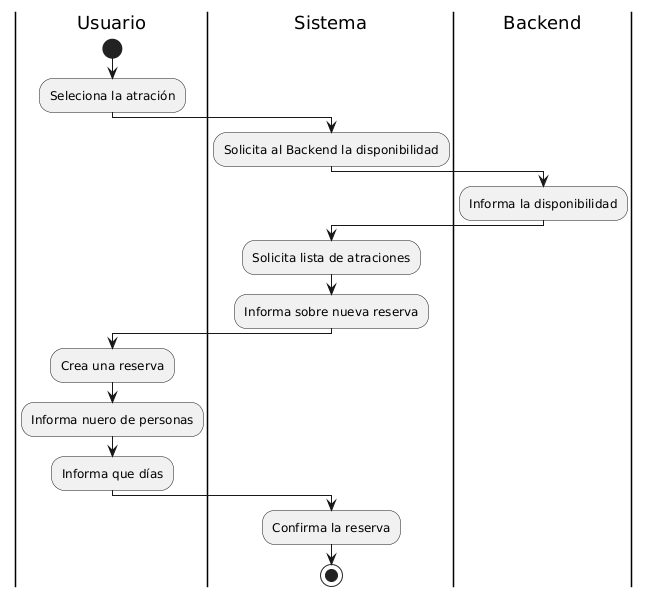
The PlantUML diagram docs/04-diagramas/01-diagrama-de-actividades/actividad-flujo-3-actividad-creacion-tarjetas.png in Thallys8/turismo-buenos-aires, before a commit. Its source is kept beside it as docs/04-diagramas/01-diagrama-de-actividades/actividad-flujo-3-actividad-creacion-tarjetas.puml. The source it was exported from:
```plantuml
@startuml actividad-creacion-tarjetas
|Usuario|
start
:Seleciona la atración;

|Sistema|
:Solicita al Backend la disponibilidad;

|Backend|
:Informa la disponibilidad;

|Sistema|
:Solicita lista de atraciones;

|Sistema|
:Informa sobre nueva reserva;

|Usuario|
:Crea una reserva;
:Informa nuero de personas;
:Informa que días;

|Sistema|
:Confirma la reserva;

stop
@enduml
```
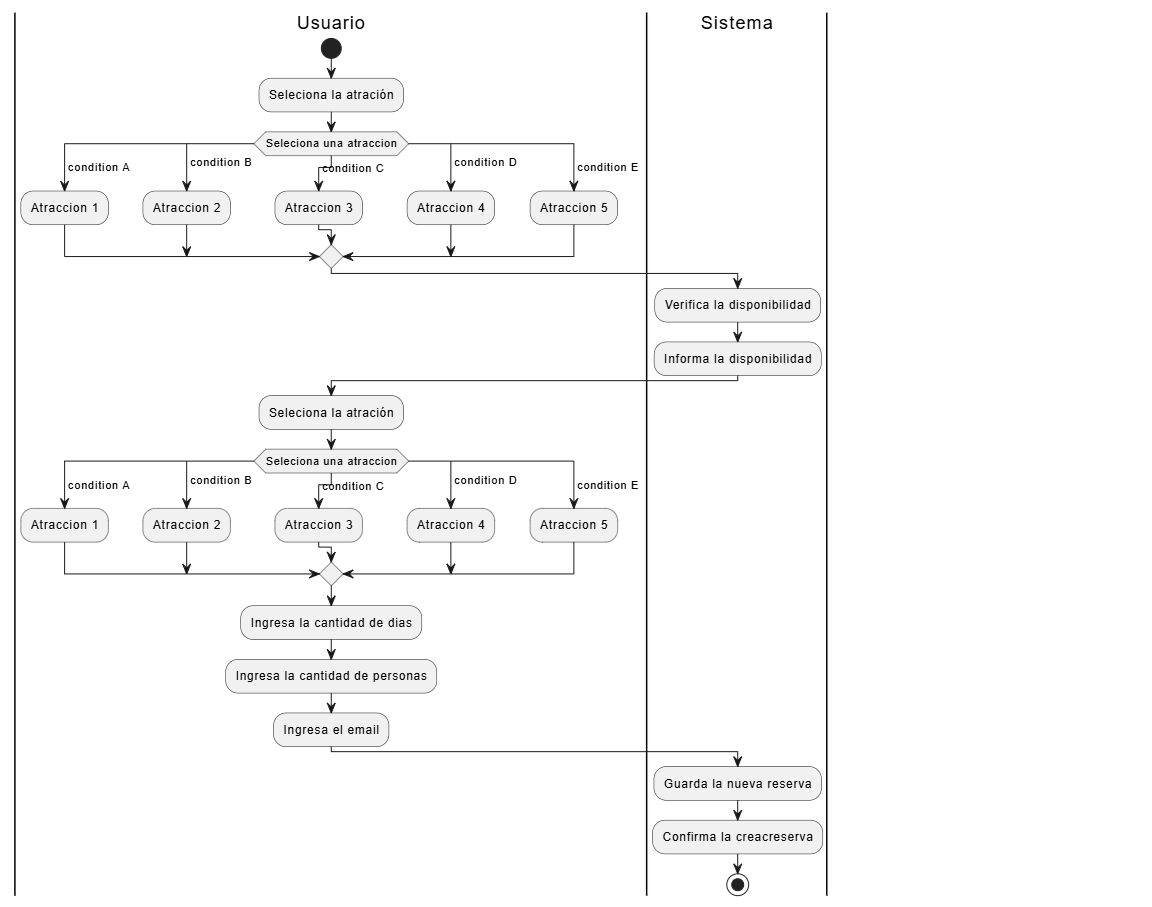
Later version of the same file.

The edit, as a diff of the source:
```diff
@@ -2,26 +2,47 @@
 |Usuario|
 start
 :Seleciona la atración;
+    switch (Seleciona una atraccion)
+        case ( condition A )
+        :Atraccion 1;
+        case ( condition B )
+        :Atraccion 2;
+        case ( condition C )
+        :Atraccion 3;
+        case ( condition D )
+        :Atraccion 4;
+        case ( condition E )
+        :Atraccion 5;
+    endswitch
 
 |Sistema|
-:Solicita al Backend la disponibilidad;
-
-|Backend|
+:Verifica la disponibilidad;
 :Informa la disponibilidad;
 
-|Sistema|
-:Solicita lista de atraciones;
+
+|Usuario|
+:Seleciona la atración;
+    switch (Seleciona una atraccion)
+        case ( condition A )
+        :Atraccion 1;
+        case ( condition B )
+        :Atraccion 2;
+        case ( condition C )
+        :Atraccion 3;
+        case ( condition D )
+        :Atraccion 4;
+        case ( condition E )
+        :Atraccion 5;
+    endswitch
+
+|Usuario|
+:Ingresa la cantidad de dias;
+:Ingresa la cantidad de personas;
+:Ingresa el email;
 
 |Sistema|
-:Informa sobre nueva reserva;
-
-|Usuario|
-:Crea una reserva;
-:Informa nuero de personas;
-:Informa que días;
-
-|Sistema|
-:Confirma la reserva;
+:Guarda la nueva reserva;
+:Confirma la creacion de la reserva;
 
 stop
 @enduml
```
